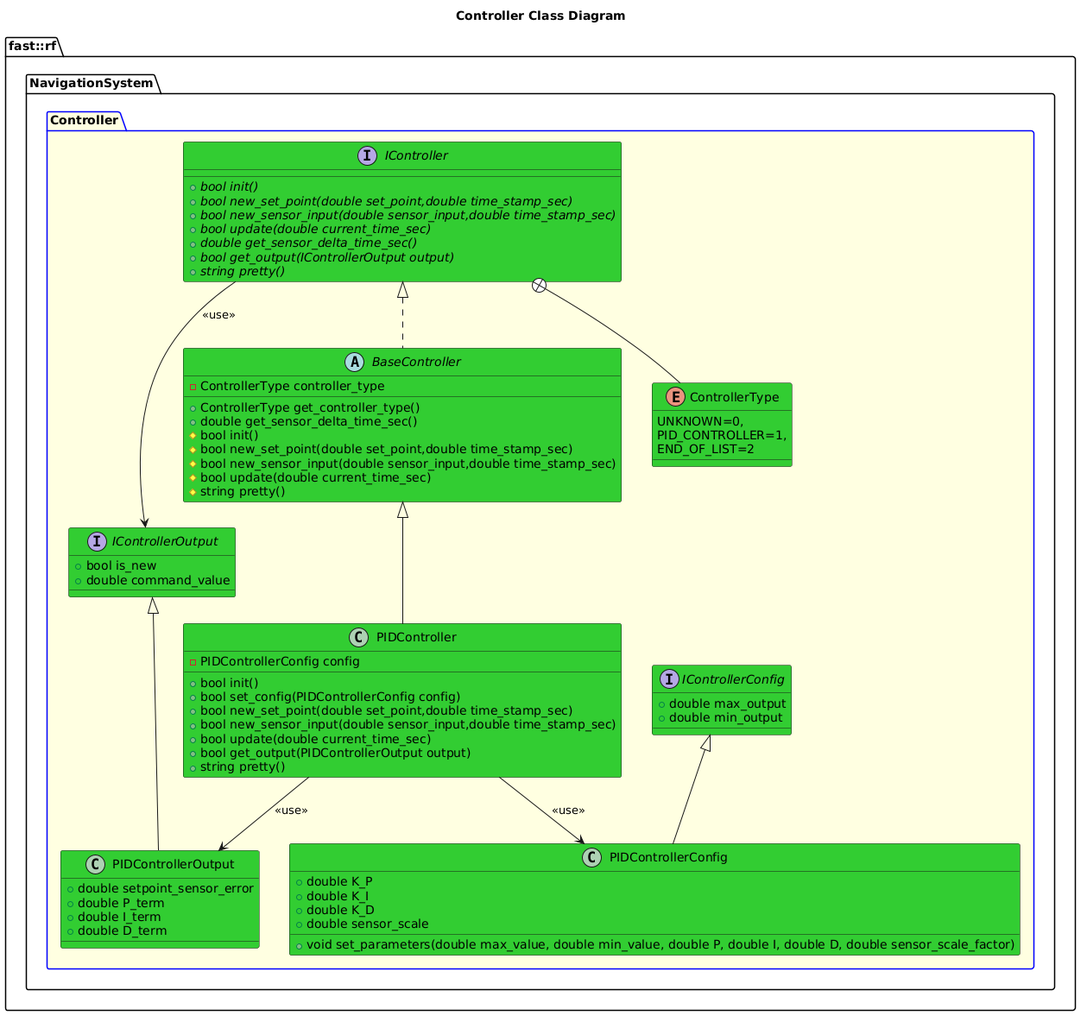
Above: Systems/Navigation/doc/puml/ControllerClassDiagram.png in fastrobotics/robot_framework (PlantUML), before the change.
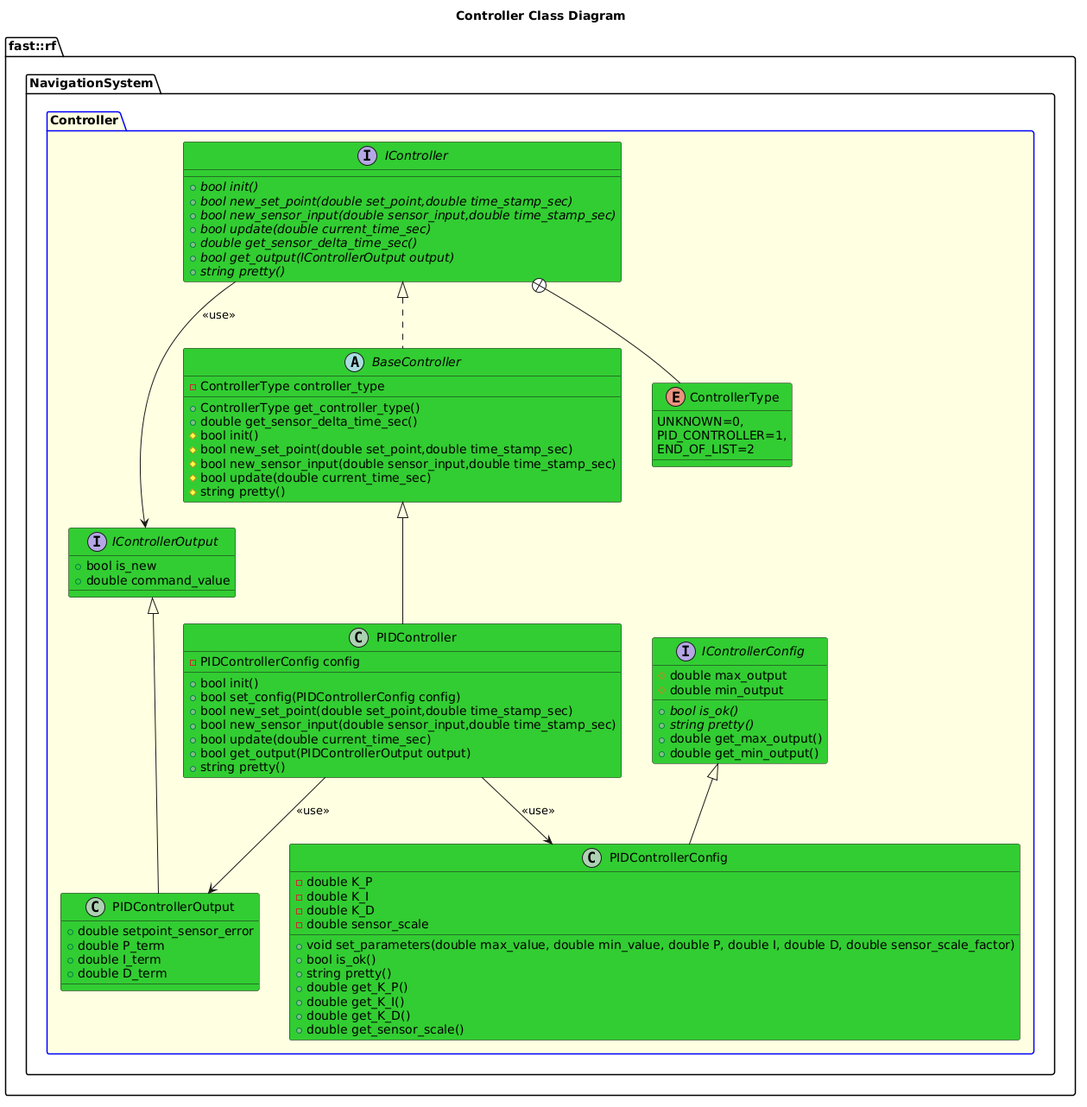
After the change.

What changed in the source:
```diff
@@ -13,8 +13,13 @@
             +double command_value
         }
         interface IControllerConfig #LimeGreen {
-            +double max_output
-            +double min_output
+            +{abstract} bool is_ok()
+            +{abstract} string pretty()
+            +double get_max_output()
+            +double get_min_output()
+            #double max_output
+            #double min_output
+
 
 
         }
@@ -50,10 +55,17 @@
         PIDControllerOutput -up-|> IControllerOutput
         class PIDControllerConfig #LimeGreen {
             +void set_parameters(double max_value, double min_value, double P, double I, double D, double sensor_scale_factor)
-            +double K_P
-            +double K_I
-            +double K_D
-            +double sensor_scale
+            +bool is_ok()
+            +string pretty()
+            +double get_K_P()
+            +double get_K_I()
+            +double get_K_D()
+            +double get_sensor_scale()
+            -double K_P
+            -double K_I
+            -double K_D
+            -double sensor_scale
+
 
 
         }
```
